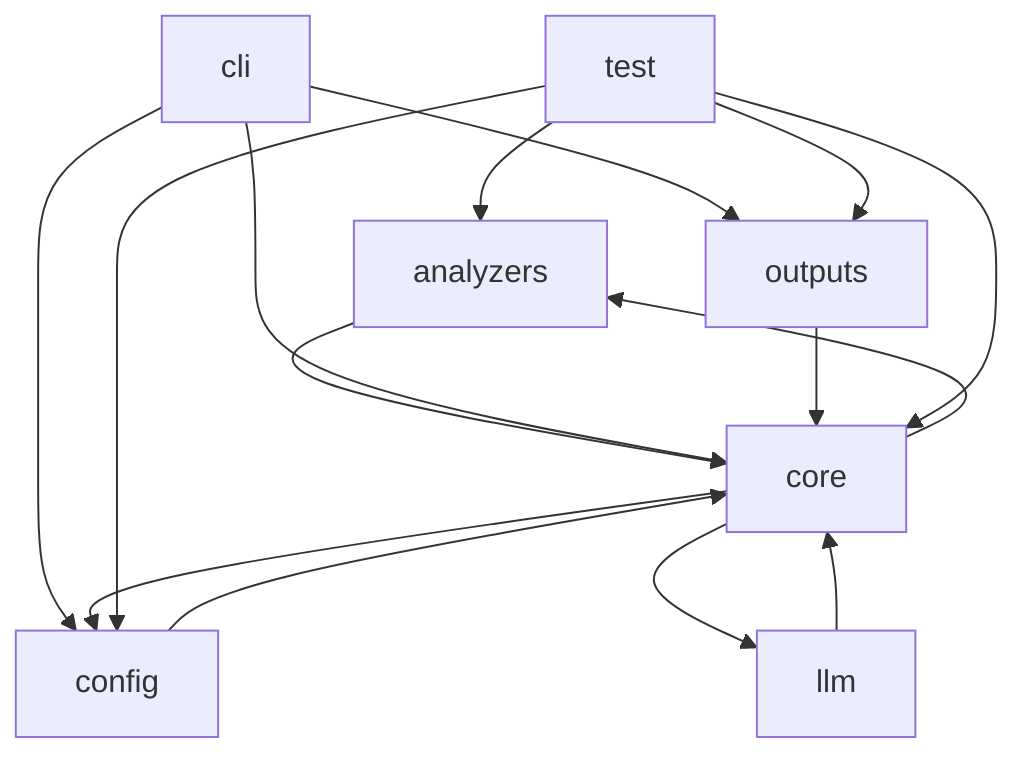
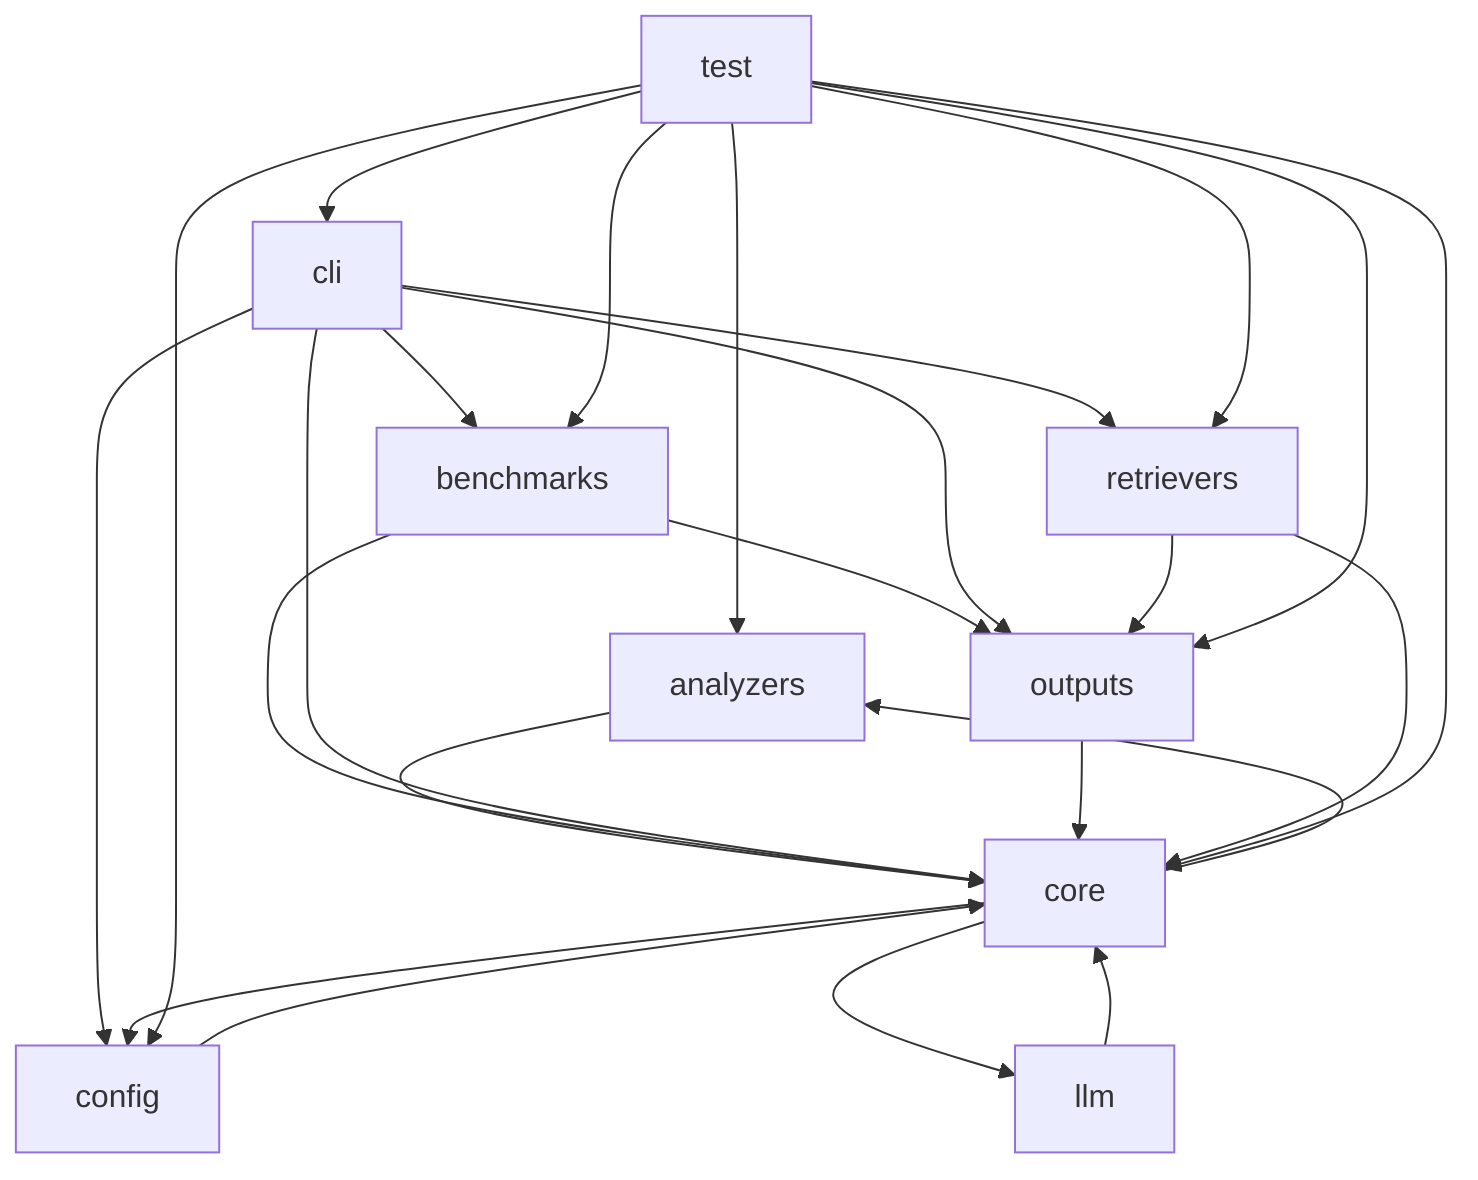
graph TD
  analyzers["analyzers"] --> core["core"]
+   benchmarks["benchmarks"] --> core["core"]
+   benchmarks["benchmarks"] --> outputs["outputs"]
+   cli["cli"] --> benchmarks["benchmarks"]
  cli["cli"] --> config["config"]
  cli["cli"] --> core["core"]
  cli["cli"] --> outputs["outputs"]
+   cli["cli"] --> retrievers["retrievers"]
  config["config"] --> core["core"]
  core["core"] --> analyzers["analyzers"]
  core["core"] --> config["config"]
  core["core"] --> llm["llm"]
  llm["llm"] --> core["core"]
  outputs["outputs"] --> core["core"]
+   retrievers["retrievers"] --> core["core"]
+   retrievers["retrievers"] --> outputs["outputs"]
  test["test"] --> analyzers["analyzers"]
+   test["test"] --> benchmarks["benchmarks"]
+   test["test"] --> cli["cli"]
  test["test"] --> config["config"]
  test["test"] --> core["core"]
  test["test"] --> outputs["outputs"]
+   test["test"] --> retrievers["retrievers"]
